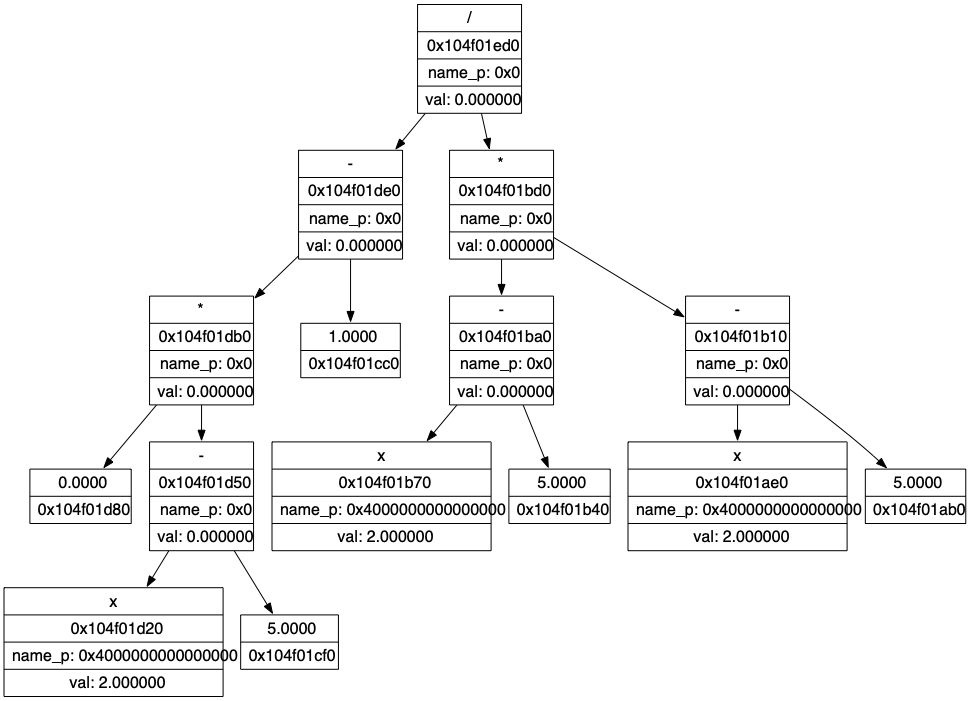
xmickos/Differentiator keeps this Graphviz diagram as dots/dotfile.dot.png. Above is the earlier version. Its source is kept beside it as dots/dotfile.dot.
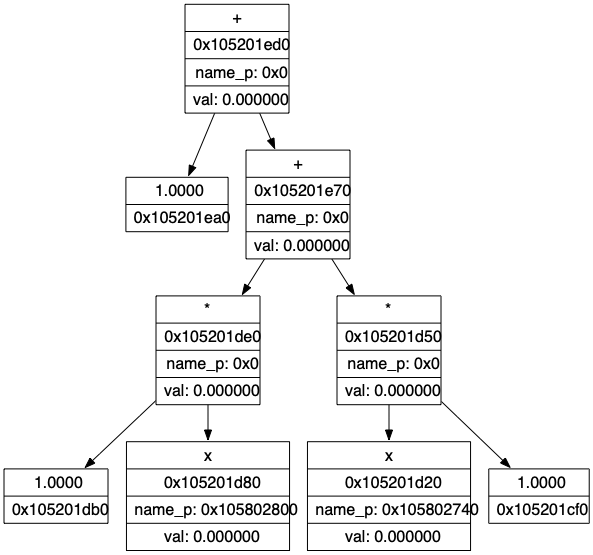
After the commit.

Diff of the diagram source:
```diff
@@ -10,103 +10,61 @@
 edge [ ];
 
 "0/0"[
-	label = "{<f0> / | <f1> 0x106501ed0 | <f2> name_p: 0x0 | <f3> val: 0.000000}"
+	label = "{<f0> + | <f1> 0x102c01ed0 | <f2> name_p: 0x0 | <f3> val: 0.000000}"
 	shape=record
 ];
 
 "0/1"[
-	label = "{<f0> - | <f1> 0x106501de0 | <f2> name_p: 0x0 | <f3> val: 0.000000}"
+	label = "{<f0> 1.0000 | <f1> 0x102c01ea0}"
 	shape=record
 ];
 
 "0/0" -> "0/1"
 
 "128/1"[
-	label = "{<f0> * | <f1> 0x106501bd0 | <f2> name_p: 0x0 | <f3> val: 0.000000}"
+	label = "{<f0> + | <f1> 0x102c01e70 | <f2> name_p: 0x0 | <f3> val: 0.000000}"
 	shape=record
 ];
 
 "0/0" -> "128/1"
 
-"0/2"[
-	label = "{<f0> * | <f1> 0x106501db0 | <f2> name_p: 0x0 | <f3> val: 0.000000}"
-	shape=record
-];
-
-"0/1" -> "0/2"
-
-"64/2"[
-	label = "{<f0> 1.0000 | <f1> 0x106501cc0}"
-	shape=record
-];
-
-"0/1" -> "64/2"
-
-"0/3"[
-	label = "{<f0> 0.0000 | <f1> 0x106501d80}"
-	shape=record
-];
-
-"0/2" -> "0/3"
-
-"32/3"[
-	label = "{<f0> - | <f1> 0x106501d50 | <f2> name_p: 0x0 | <f3> val: 0.000000}"
-	shape=record
-];
-
-"0/2" -> "32/3"
-
-"32/4"[
-	label = "{<f0> x | <f1> 0x106501d20 | <f2> name_p: 0x4014000000000000 | <f3> val: 5.000000}"
-	shape=record
-];
-
-"32/3" -> "32/4"
-
-"48/4"[
-	label = "{<f0> 5.0000 | <f1> 0x106501cf0}"
-	shape=record
-];
-
-"32/3" -> "48/4"
-
 "128/2"[
-	label = "{<f0> - | <f1> 0x106501ba0 | <f2> name_p: 0x0 | <f3> val: 0.000000}"
+	label = "{<f0> * | <f1> 0x102c01de0 | <f2> name_p: 0x0 | <f3> val: 0.000000}"
 	shape=record
 ];
 
 "128/1" -> "128/2"
 
 "192/2"[
-	label = "{<f0> - | <f1> 0x106501b10 | <f2> name_p: 0x0 | <f3> val: 0.000000}"
+	label = "{<f0> * | <f1> 0x102c01d50 | <f2> name_p: 0x0 | <f3> val: 0.000000}"
 	shape=record
 ];
 
 "128/1" -> "192/2"
 
 "128/3"[
-	label = "{<f0> x | <f1> 0x106501b70 | <f2> name_p: 0x4014000000000000 | <f3> val: 5.000000}"
+	label = "{<f0> 1.0000 | <f1> 0x102c01db0}"
 	shape=record
 ];
 
 "128/2" -> "128/3"
 
 "160/3"[
-	label = "{<f0> 5.0000 | <f1> 0x106501b40}"
+	label = "{<f0> x | <f1> 0x102c01d80 | <f2> name_p: 0x103202800 | <f3> val: 0.000000}"
 	shape=record
 ];
 
 "128/2" -> "160/3"
 
 "192/3"[
-	label = "{<f0> x | <f1> 0x106501ae0 | <f2> name_p: 0x4014000000000000 | <f3> val: 5.000000}"
+	label = "{<f0> x | <f1> 0x102c01d20 | <f2> name_p: 0x103202740 | <f3> val: 0.000000}"
 	shape=record
 ];
 
 "192/2" -> "192/3"
 
 "224/3"[
-	label = "{<f0> 5.0000 | <f1> 0x106501ab0}"
+	label = "{<f0> 1.0000 | <f1> 0x102c01cf0}"
 	shape=record
 ];
 
```
